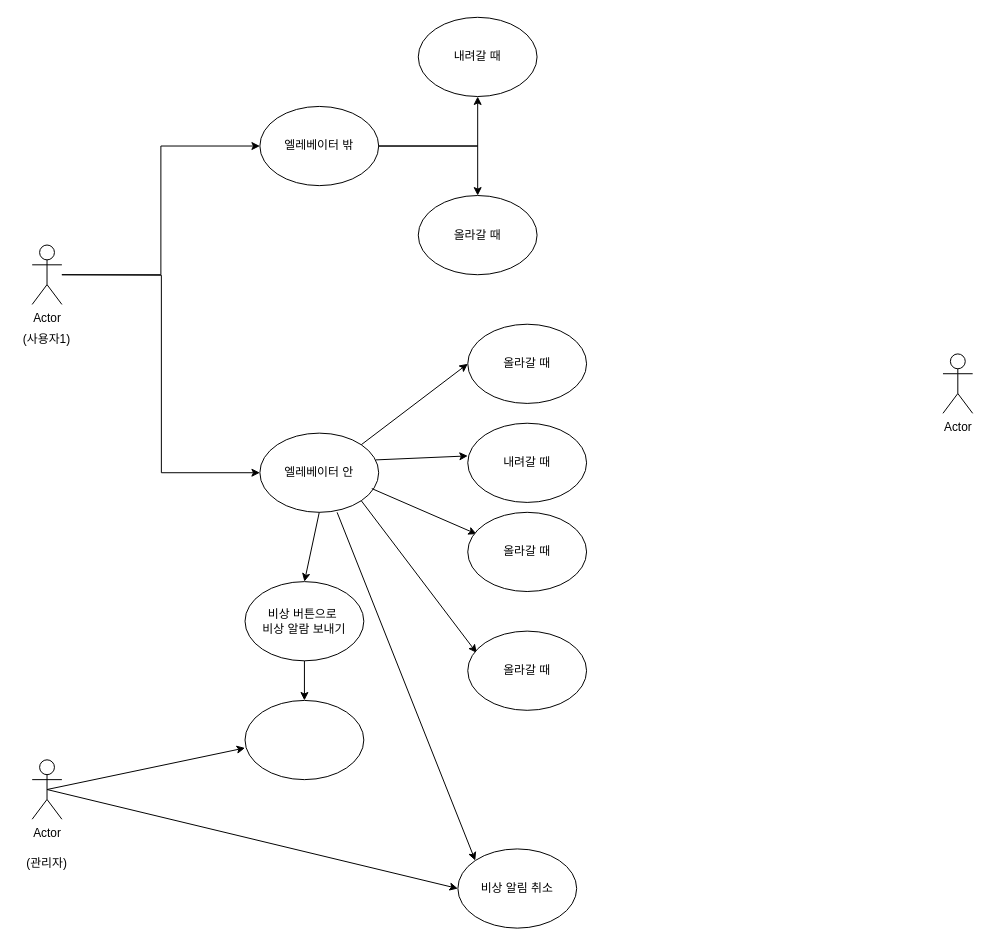
Earlier version of the draw.io diagram 엘레베이터 정의서.drawio (doit0/usecase-diagram). Source tidied: cells renumbered, new cells numbered last; positions are measured from the earlier drawing's top-left corner, leaving out a move shared by most shapes. Both pictures are drawn from the tidied source at 99%, with x=0, y=0 at pixel (17, 17).
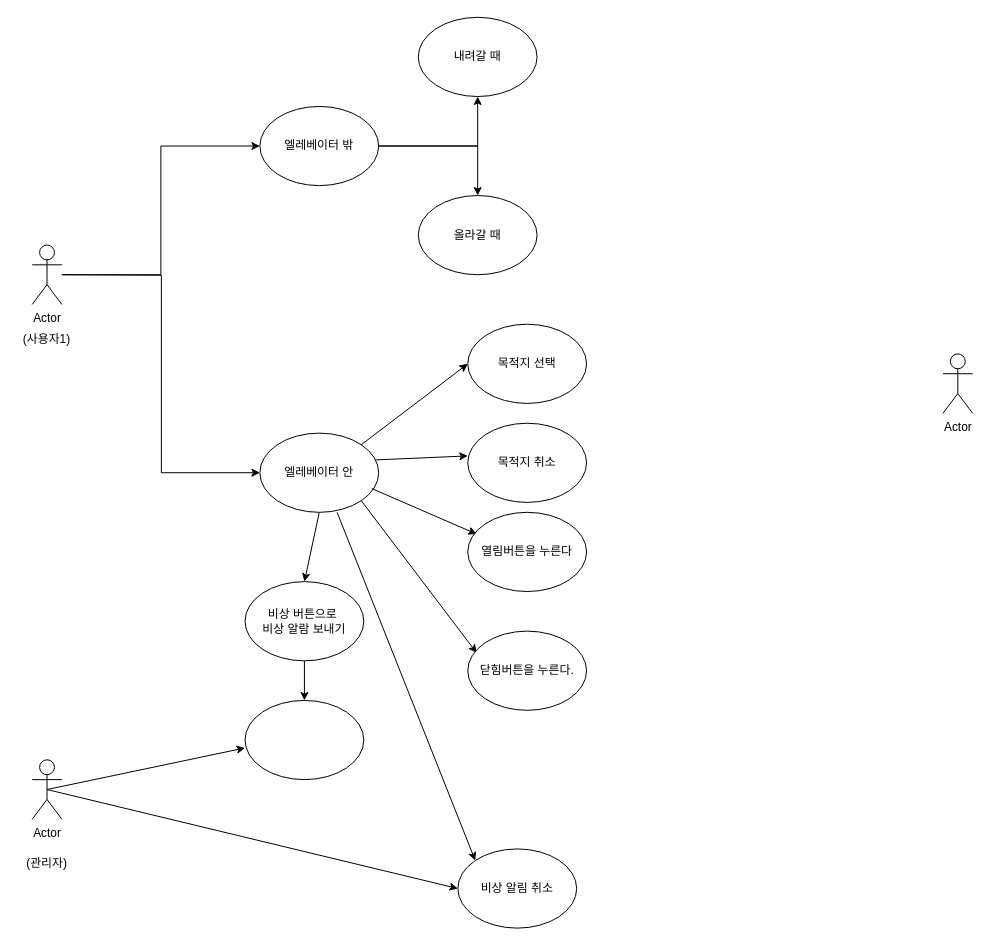
The same diagram, later.

Commit message:
엘레베이터 정의서.drawio 업데이트

Diff of the diagram source:
```diff
@@
-    <mxCell id="14" value="올라갈 때" style="ellipse;whiteSpace=wrap;html=1;" parent="1" vertex="1">
+    <mxCell id="14" value="목적지 선택" style="ellipse;whiteSpace=wrap;html=1;" parent="1" vertex="1">
       <mxGeometry x="455" y="310" width="120" height="80" as="geometry" />
     </mxCell>
@@
-    <mxCell id="17" value="내려갈 때" style="ellipse;whiteSpace=wrap;html=1;" parent="1" vertex="1">
+    <mxCell id="17" value="목적지 취소" style="ellipse;whiteSpace=wrap;html=1;" parent="1" vertex="1">
       <mxGeometry x="455" y="410" width="120" height="80" as="geometry" />
     </mxCell>
-    <mxCell id="18" value="올라갈 때" style="ellipse;whiteSpace=wrap;html=1;" parent="1" vertex="1">
+    <mxCell id="18" value="열림버튼을 누른다" style="ellipse;whiteSpace=wrap;html=1;" parent="1" vertex="1">
       <mxGeometry x="455" y="500" width="120" height="80" as="geometry" />
     </mxCell>
@@
-    <mxCell id="20" value="올라갈 때" style="ellipse;whiteSpace=wrap;html=1;" parent="1" vertex="1">
+    <mxCell id="20" value="닫힘버튼을 누른다." style="ellipse;whiteSpace=wrap;html=1;" parent="1" vertex="1">
       <mxGeometry x="455" y="620" width="120" height="80" as="geometry" />
     </mxCell>
```
